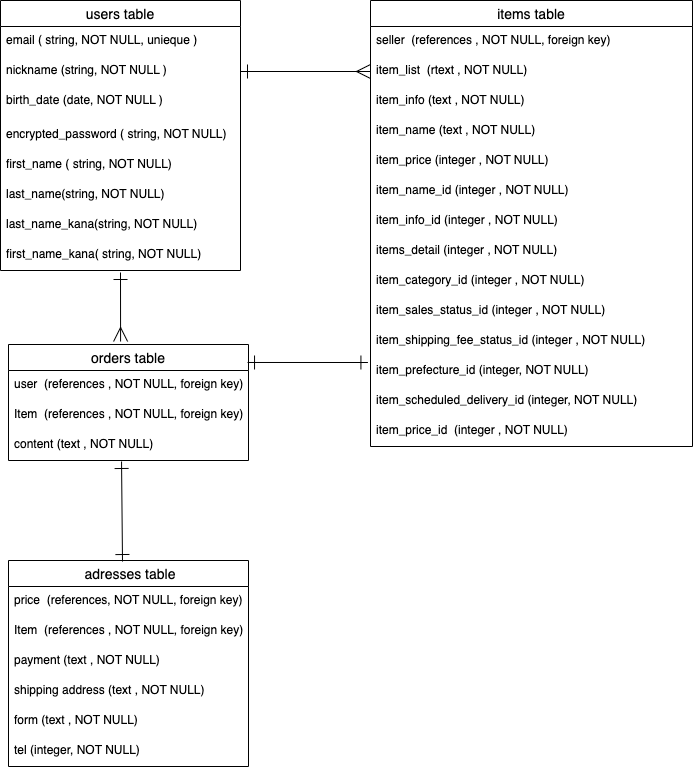
Jyoumama/furima-40508 keeps this draw.io diagram as app/views/orders/furima.ER..drawio.png. Above is the earlier version. Source tidied: cells renumbered, new cells last; positions are measured from the earlier drawing's top-left corner, leaving out a move shared by most shapes.
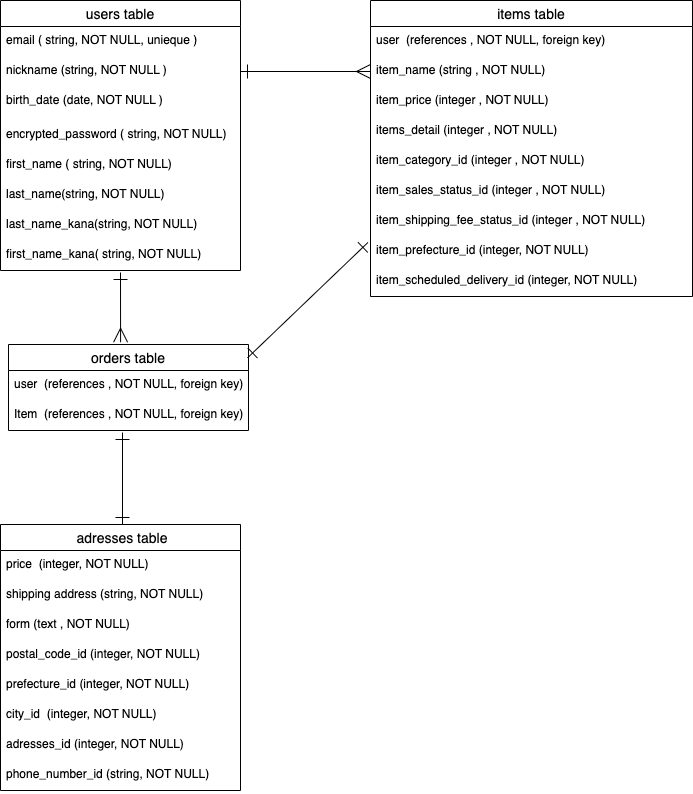
After the change.

Commit message:
READMEとER図の再々修正

Diff of the diagram source:
```diff
@@ -30,57 +30,42 @@
       <mxGeometry y="240" width="240" height="30" as="geometry" />
     </mxCell>
     <mxCell id="11" value="items table" style="swimlane;fontStyle=0;horizontal=1;startSize=26;align=center;fontSize=14;" parent="1" vertex="1">
-      <mxGeometry x="370" width="322" height="446" as="geometry" />
+      <mxGeometry x="370" width="322" height="296" as="geometry" />
     </mxCell>
-    <mxCell id="12" value="seller  (references , NOT NULL, foreign key)" style="text;strokeColor=none;fillColor=none;spacingLeft=4;spacingRight=4;overflow=hidden;fontSize=12;" parent="11" vertex="1">
+    <mxCell id="12" value="user  (references , NOT NULL, foreign key)" style="text;strokeColor=none;fillColor=none;spacingLeft=4;spacingRight=4;overflow=hidden;fontSize=12;" parent="11" vertex="1">
       <mxGeometry y="26" width="322" height="30" as="geometry" />
     </mxCell>
-    <mxCell id="13" value="item_list  (rtext , NOT NULL) " style="text;strokeColor=none;fillColor=none;spacingLeft=4;spacingRight=4;overflow=hidden;points=[[0,0.5],[1,0.5]];portConstraint=eastwest;fontSize=12;" parent="11" vertex="1">
-      <mxGeometry y="56" width="322" height="30" as="geometry" />
-    </mxCell>
-    <mxCell id="14" value="item_info (text , NOT NULL)" style="text;strokeColor=none;fillColor=none;spacingLeft=4;spacingRight=4;overflow=hidden;fontSize=12;" parent="11" vertex="1">
-      <mxGeometry y="86" width="322" height="30" as="geometry" />
-    </mxCell>
-    <mxCell id="15" value="item_name (text , NOT NULL)" style="text;strokeColor=none;fillColor=none;spacingLeft=4;spacingRight=4;overflow=hidden;fontSize=12;" parent="11" vertex="1">
-      <mxGeometry y="116" width="322" height="30" as="geometry" />
+    <mxCell id="15" value="item_name (string , NOT NULL)" style="text;strokeColor=none;fillColor=none;spacingLeft=4;spacingRight=4;overflow=hidden;fontSize=12;" parent="11" vertex="1">
+      <mxGeometry y="56" width="322" height="30" as="geometry" />
     </mxCell>
     <mxCell id="16" value="item_price (integer , NOT NULL)" style="text;strokeColor=none;fillColor=none;spacingLeft=4;spacingRight=4;overflow=hidden;fontSize=12;" parent="11" vertex="1">
-      <mxGeometry y="146" width="322" height="30" as="geometry" />
+      <mxGeometry y="86" width="322" height="30" as="geometry" />
     </mxCell>
-    <mxCell id="17" value="item_name_id (integer , NOT NULL)" style="text;strokeColor=none;fillColor=none;spacingLeft=4;spacingRight=4;overflow=hidden;fontSize=12;" parent="11" vertex="1">
-      <mxGeometry y="176" width="322" height="30" as="geometry" />
-    </mxCell>
-    <mxCell id="18" value="item_info_id (integer , NOT NULL)" style="text;strokeColor=none;fillColor=none;spacingLeft=4;spacingRight=4;overflow=hidden;fontSize=12;" parent="11" vertex="1">
-      <mxGeometry y="206" width="322" height="30" as="geometry" />
-    </mxCell>
     <mxCell id="19" value="items_detail (integer , NOT NULL)" style="text;strokeColor=none;fillColor=none;spacingLeft=4;spacingRight=4;overflow=hidden;fontSize=12;" parent="11" vertex="1">
-      <mxGeometry y="236" width="322" height="30" as="geometry" />
+      <mxGeometry y="116" width="322" height="30" as="geometry" />
     </mxCell>
     <mxCell id="20" value="item_category_id (integer , NOT NULL)" style="text;strokeColor=none;fillColor=none;spacingLeft=4;spacingRight=4;overflow=hidden;fontSize=12;" parent="11" vertex="1">
-      <mxGeometry y="266" width="322" height="30" as="geometry" />
+      <mxGeometry y="146" width="322" height="30" as="geometry" />
     </mxCell>
     <mxCell id="21" value="item_sales_status_id (integer , NOT NULL)" style="text;strokeColor=none;fillColor=none;spacingLeft=4;spacingRight=4;overflow=hidden;fontSize=12;" parent="11" vertex="1">
-      <mxGeometry y="296" width="322" height="30" as="geometry" />
+      <mxGeometry y="176" width="322" height="30" as="geometry" />
     </mxCell>
     <mxCell id="22" value="item_shipping_fee_status_id (integer , NOT NULL)" style="text;strokeColor=none;fillColor=none;spacingLeft=4;spacingRight=4;overflow=hidden;fontSize=12;" parent="11" vertex="1">
-      <mxGeometry y="326" width="322" height="30" as="geometry" />
+      <mxGeometry y="206" width="322" height="30" as="geometry" />
     </mxCell>
     <mxCell id="23" value="item_prefecture_id (integer, NOT NULL)" style="text;strokeColor=none;fillColor=none;spacingLeft=4;spacingRight=4;overflow=hidden;points=[[0,0.5],[1,0.5]];portConstraint=eastwest;fontSize=12;" parent="11" vertex="1">
-      <mxGeometry y="356" width="322" height="30" as="geometry" />
+      <mxGeometry y="236" width="322" height="30" as="geometry" />
     </mxCell>
     <mxCell id="24" value="item_scheduled_delivery_id (integer, NOT NULL)" style="text;strokeColor=none;fillColor=none;spacingLeft=4;spacingRight=4;overflow=hidden;fontSize=12;" parent="11" vertex="1">
-      <mxGeometry y="386" width="322" height="30" as="geometry" />
+      <mxGeometry y="266" width="322" height="30" as="geometry" />
     </mxCell>
-    <mxCell id="25" value="item_price_id  (integer , NOT NULL)" style="text;strokeColor=none;fillColor=none;spacingLeft=4;spacingRight=4;overflow=hidden;fontSize=12;" parent="11" vertex="1">
-      <mxGeometry y="416" width="322" height="30" as="geometry" />
-    </mxCell>
     <mxCell id="26" style="edgeStyle=none;jumpSize=10;html=1;startArrow=ERmany;startFill=0;endArrow=ERone;endFill=0;startSize=12;endSize=12;exitX=0.467;exitY=-0.026;exitDx=0;exitDy=0;exitPerimeter=0;" parent="1" edge="1" source="27">
       <mxGeometry relative="1" as="geometry">
         <mxPoint x="120" y="272" as="targetPoint" />
       </mxGeometry>
     </mxCell>
     <mxCell id="27" value="orders table" style="swimlane;fontStyle=0;horizontal=1;startSize=26;align=center;fontSize=14;" parent="1" vertex="1">
-      <mxGeometry x="8" y="344" width="240" height="116" as="geometry" />
+      <mxGeometry x="8" y="344" width="240" height="86" as="geometry" />
     </mxCell>
     <mxCell id="28" value="user  (references , NOT NULL, foreign key)" style="text;strokeColor=none;fillColor=none;spacingLeft=4;spacingRight=4;overflow=hidden;fontSize=12;" parent="27" vertex="1">
       <mxGeometry y="26" width="240" height="30" as="geometry" />
@@ -88,38 +73,46 @@
     <mxCell id="29" value="Item  (references , NOT NULL, foreign key) " style="text;strokeColor=none;fillColor=none;spacingLeft=4;spacingRight=4;overflow=hidden;fontSize=12;" parent="27" vertex="1">
       <mxGeometry y="56" width="240" height="30" as="geometry" />
     </mxCell>
-    <mxCell id="30" value="content (text , NOT NULL)" style="text;strokeColor=none;fillColor=none;spacingLeft=4;spacingRight=4;overflow=hidden;points=[[0,0.5],[1,0.5]];portConstraint=eastwest;fontSize=12;" parent="27" vertex="1">
-      <mxGeometry y="86" width="240" height="30" as="geometry" />
-    </mxCell>
     <mxCell id="31" style="edgeStyle=none;jumpSize=10;html=1;startArrow=ERone;startFill=0;endArrow=ERone;endFill=0;startSize=12;endSize=12;entryX=-0.008;entryY=0.2;entryDx=0;entryDy=0;entryPerimeter=0;exitX=0.996;exitY=0.155;exitDx=0;exitDy=0;exitPerimeter=0;" parent="1" edge="1" source="27" target="23">
       <mxGeometry relative="1" as="geometry" />
     </mxCell>
     <mxCell id="32" value=" adresses table" style="swimlane;fontStyle=0;horizontal=1;startSize=26;align=center;fontSize=14;" parent="1" vertex="1">
-      <mxGeometry x="8" y="560" width="240" height="206" as="geometry" />
+      <mxGeometry y="524" width="240" height="266" as="geometry" />
     </mxCell>
-    <mxCell id="33" value="price  (references, NOT NULL, foreign key)" style="text;strokeColor=none;fillColor=none;spacingLeft=4;spacingRight=4;overflow=hidden;fontSize=12;" parent="32" vertex="1">
+    <mxCell id="33" value="price  (integer, NOT NULL)" style="text;strokeColor=none;fillColor=none;spacingLeft=4;spacingRight=4;overflow=hidden;fontSize=12;" parent="32" vertex="1">
       <mxGeometry y="26" width="240" height="30" as="geometry" />
     </mxCell>
-    <mxCell id="34" value="Item  (references , NOT NULL, foreign key) " style="text;strokeColor=none;fillColor=none;spacingLeft=4;spacingRight=4;overflow=hidden;fontSize=12;" parent="32" vertex="1">
-      <mxGeometry y="56" width="240" height="30" as="geometry" />
-    </mxCell>
-    <mxCell id="35" value="payment (text , NOT NULL)" style="text;strokeColor=none;fillColor=none;spacingLeft=4;spacingRight=4;overflow=hidden;fontSize=12;" parent="32" vertex="1">
-      <mxGeometry y="86" width="240" height="30" as="geometry" />
-    </mxCell>
-    <mxCell id="36" value="shipping address (text , NOT NULL)" style="text;strokeColor=none;fillColor=none;spacingLeft=4;spacingRight=4;overflow=hidden;fontSize=12;" parent="32" vertex="1">
-      <mxGeometry y="116" width="240" height="30" as="geometry" />
+    <mxCell id="36" value="shipping address (string, NOT NULL)" style="text;strokeColor=none;fillColor=none;spacingLeft=4;spacingRight=4;overflow=hidden;fontSize=12;" parent="32" vertex="1">
+      <mxGeometry y="56" width="240" height="30" as="geometry" />
     </mxCell>
     <mxCell id="37" value="form (text , NOT NULL)" style="text;strokeColor=none;fillColor=none;spacingLeft=4;spacingRight=4;overflow=hidden;fontSize=12;" parent="32" vertex="1">
-      <mxGeometry y="146" width="240" height="30" as="geometry" />
+      <mxGeometry y="86" width="240" height="30" as="geometry" />
     </mxCell>
-    <mxCell id="38" value="tel (integer, NOT NULL)" style="text;strokeColor=none;fillColor=none;spacingLeft=4;spacingRight=4;overflow=hidden;fontSize=12;" parent="32" vertex="1">
-      <mxGeometry y="176" width="240" height="30" as="geometry" />
+    <mxCell id="38" value="postal_code_id (integer, NOT NULL)" style="text;strokeColor=none;fillColor=none;spacingLeft=4;spacingRight=4;overflow=hidden;fontSize=12;" parent="32" vertex="1">
+      <mxGeometry y="116" width="240" height="30" as="geometry" />
     </mxCell>
+    <mxCell id="41" value="prefecture_id (integer, NOT NULL)" style="text;strokeColor=none;fillColor=none;spacingLeft=4;spacingRight=4;overflow=hidden;fontSize=12;" parent="32" vertex="1">
+      <mxGeometry y="146" width="240" height="30" as="geometry" />
+    </mxCell>
+    <mxCell id="42" value="city_id  (integer, NOT NULL)" style="text;strokeColor=none;fillColor=none;spacingLeft=4;spacingRight=4;overflow=hidden;fontSize=12;" parent="32" vertex="1">
+      <mxGeometry y="176" width="240" height="30" as="geometry" />
+    </mxCell>
+    <mxCell id="43" value="adresses_id (integer, NOT NULL)" style="text;strokeColor=none;fillColor=none;spacingLeft=4;spacingRight=4;overflow=hidden;fontSize=12;" parent="32" vertex="1">
+      <mxGeometry y="206" width="240" height="30" as="geometry" />
+    </mxCell>
+    <mxCell id="44" value="phone_number_id (string, NOT NULL)" style="text;strokeColor=none;fillColor=none;spacingLeft=4;spacingRight=4;overflow=hidden;fontSize=12;" parent="32" vertex="1">
+      <mxGeometry y="236" width="240" height="30" as="geometry" />
+    </mxCell>
-    <mxCell id="39" style="edgeStyle=none;html=1;exitX=1;exitY=0.5;exitDx=0;exitDy=0;entryX=0;entryY=0.5;entryDx=0;entryDy=0;endArrow=ERmany;endFill=0;jumpSize=10;endSize=12;startArrow=ERone;startFill=0;startSize=12;" parent="1" edge="1" source="4" target="13">
-      <mxGeometry relative="1" as="geometry" />
+    <mxCell id="39" style="edgeStyle=none;html=1;exitX=1;exitY=0.5;exitDx=0;exitDy=0;entryX=0;entryY=0.5;entryDx=0;entryDy=0;endArrow=ERmany;endFill=0;jumpSize=10;endSize=12;startArrow=ERone;startFill=0;startSize=12;" parent="1" edge="1" source="4">
+      <mxGeometry relative="1" as="geometry">
+        <mxPoint x="370" y="71" as="targetPoint" />
+      </mxGeometry>
     </mxCell>
-    <mxCell id="40" style="edgeStyle=none;jumpSize=10;html=1;startArrow=ERone;startFill=0;endArrow=ERone;endFill=0;startSize=12;endSize=12;entryX=0.475;entryY=0.005;entryDx=0;entryDy=0;exitX=0.471;exitY=1.033;exitDx=0;exitDy=0;exitPerimeter=0;entryPerimeter=0;" parent="1" edge="1" source="30" target="32">
-      <mxGeometry relative="1" as="geometry" />
+    <mxCell id="40" style="edgeStyle=none;jumpSize=10;html=1;startArrow=ERone;startFill=0;endArrow=ERone;endFill=0;startSize=12;endSize=12;" parent="1" edge="1">
+      <mxGeometry relative="1" as="geometry">
+        <mxPoint x="122" y="432" as="sourcePoint" />
+        <mxPoint x="122" y="524" as="targetPoint" />
+      </mxGeometry>
     </mxCell>
   </root>
 </mxGraphModel>
```
